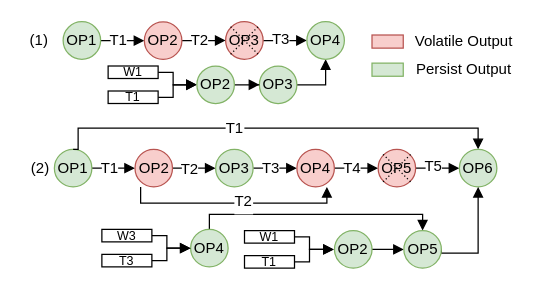
The draw.io diagram fig/recovery.drawio in icszhr/NCheck, before the edit. Source tidied: cells renumbered, new cells numbered last; positions are measured from the earlier drawing's top-left corner, leaving out a move shared by most shapes. Both pictures are drawn from the tidied source at 125%, with x=0, y=0 at pixel (21, 21).
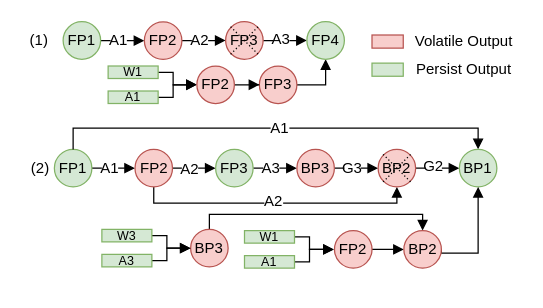
After the change.

The edit, as a diff of the source:
```diff
@@
-    <mxCell id="3" value="OP3" style="ellipse;whiteSpace=wrap;html=1;fillColor=#d5e8d4;strokeColor=#82b366;" parent="1" vertex="1">
+    <mxCell id="3" value="FP3" style="ellipse;whiteSpace=wrap;html=1;fillColor=#f8cecc;strokeColor=#b85450;" parent="1" vertex="1">
       <mxGeometry x="190" y="35.3" width="30" height="30" as="geometry" />
     </mxCell>
@@
-    <mxCell id="5" value="&lt;p style=&quot;line-height: 100%;&quot;&gt;&lt;font style=&quot;font-size: 10px;&quot;&gt;W1&lt;/font&gt;&lt;/p&gt;" style="rounded=0;whiteSpace=wrap;html=1;align=center;" parent="1" vertex="1">
+    <mxCell id="5" value="&lt;p style=&quot;line-height: 100%;&quot;&gt;&lt;font style=&quot;font-size: 10px;&quot;&gt;W1&lt;/font&gt;&lt;/p&gt;" style="rounded=0;whiteSpace=wrap;html=1;align=center;fillColor=#d5e8d4;strokeColor=#82b366;" parent="1" vertex="1">
       <mxGeometry x="69" y="35.3" width="40" height="10" as="geometry" />
     </mxCell>
@@
-    <mxCell id="7" value="&lt;p style=&quot;line-height: 100%;&quot;&gt;&lt;font style=&quot;font-size: 10px;&quot;&gt;T1&lt;/font&gt;&lt;/p&gt;" style="rounded=0;whiteSpace=wrap;html=1;" parent="1" vertex="1">
+    <mxCell id="7" value="&lt;p style=&quot;line-height: 100%;&quot;&gt;&lt;font style=&quot;font-size: 10px;&quot;&gt;A1&lt;/font&gt;&lt;/p&gt;" style="rounded=0;whiteSpace=wrap;html=1;fillColor=#d5e8d4;strokeColor=#82b366;" parent="1" vertex="1">
       <mxGeometry x="69" y="55.3" width="40" height="10" as="geometry" />
     </mxCell>
@@
-    <mxCell id="9" value="OP1" style="ellipse;whiteSpace=wrap;html=1;fillColor=#d5e8d4;strokeColor=#82b366;" parent="1" vertex="1">
+    <mxCell id="9" value="FP1" style="ellipse;whiteSpace=wrap;html=1;fillColor=#d5e8d4;strokeColor=#82b366;" parent="1" vertex="1">
       <mxGeometry x="26" y="102" width="30" height="30" as="geometry" />
     </mxCell>
@@
-    <mxCell id="11" style="edgeStyle=orthogonalEdgeStyle;rounded=0;orthogonalLoop=1;jettySize=auto;html=1;entryX=0.5;entryY=1;entryDx=0;entryDy=0;exitX=0.5;exitY=1;exitDx=0;exitDy=0;endSize=6;endArrow=block;endFill=1;" parent="1" edge="1">
+    <mxCell id="11" style="edgeStyle=orthogonalEdgeStyle;rounded=0;jettySize=auto;html=1;entryX=0.5;entryY=1;entryDx=0;entryDy=0;exitX=0.5;exitY=1;exitDx=0;exitDy=0;endSize=6;endArrow=block;endFill=1;" parent="1" edge="1" source="12" target="29">
       <mxGeometry relative="1" as="geometry">
-        <mxPoint x="95" y="132" as="sourcePoint" />
-        <mxPoint x="244" y="132" as="targetPoint" />
         <Array as="points">
-          <mxPoint x="95" y="145" />
-          <mxPoint x="244" y="145" />
+          <mxPoint x="106" y="145" />
+          <mxPoint x="300" y="145" />
         </Array>
       </mxGeometry>
     </mxCell>
-    <mxCell id="12" value="OP2" style="ellipse;whiteSpace=wrap;html=1;fillColor=#f8cecc;strokeColor=#b85450;" parent="1" vertex="1">
+    <mxCell id="12" value="FP2" style="ellipse;whiteSpace=wrap;html=1;fillColor=#f8cecc;strokeColor=#b85450;" parent="1" vertex="1">
       <mxGeometry x="90.5" y="102" width="30" height="30" as="geometry" />
     </mxCell>
@@
     <mxCell id="14" style="edgeStyle=orthogonalEdgeStyle;rounded=0;jettySize=auto;html=1;entryX=0.5;entryY=0;entryDx=0;entryDy=0;exitX=0.5;exitY=0;exitDx=0;exitDy=0;endArrow=block;endFill=1;" parent="1" edge="1" source="9" target="32">
       <mxGeometry relative="1" as="geometry">
         <Array as="points">
-          <mxPoint x="45" y="85" />
+          <mxPoint x="41" y="85" />
           <mxPoint x="365" y="85" />
         </Array>
       </mxGeometry>
     </mxCell>
-    <mxCell id="15" value="OP3" style="ellipse;whiteSpace=wrap;html=1;fillColor=#d5e8d4;strokeColor=#82b366;" parent="1" vertex="1">
+    <mxCell id="15" value="FP3" style="ellipse;whiteSpace=wrap;html=1;fillColor=#d5e8d4;strokeColor=#82b366;" parent="1" vertex="1">
       <mxGeometry x="155" y="102" width="30" height="30" as="geometry" />
     </mxCell>
@@
-    <mxCell id="17" value="OP4" style="ellipse;whiteSpace=wrap;html=1;fillColor=#f8cecc;strokeColor=#b85450;" parent="1" vertex="1">
+    <mxCell id="17" value="BP3" style="ellipse;whiteSpace=wrap;html=1;fillColor=#f8cecc;strokeColor=#b85450;" parent="1" vertex="1">
       <mxGeometry x="220" y="102" width="30" height="30" as="geometry" />
     </mxCell>
@@
-    <mxCell id="19" value="OP4" style="ellipse;whiteSpace=wrap;html=1;fillColor=#d5e8d4;strokeColor=#82b366;" parent="1" vertex="1">
+    <mxCell id="19" value="BP3" style="ellipse;whiteSpace=wrap;html=1;fillColor=#f8cecc;strokeColor=#b85450;" parent="1" vertex="1">
       <mxGeometry x="135" y="166" width="30" height="30" as="geometry" />
     </mxCell>
@@
-    <mxCell id="21" value="&lt;p style=&quot;line-height: 100%;&quot;&gt;&lt;font style=&quot;font-size: 10px;&quot;&gt;W3&lt;/font&gt;&lt;/p&gt;" style="rounded=0;whiteSpace=wrap;html=1;" parent="1" vertex="1">
+    <mxCell id="21" value="&lt;p style=&quot;line-height: 100%;&quot;&gt;&lt;font style=&quot;font-size: 10px;&quot;&gt;W3&lt;/font&gt;&lt;/p&gt;" style="rounded=0;whiteSpace=wrap;html=1;fillColor=#d5e8d4;strokeColor=#82b366;" parent="1" vertex="1">
       <mxGeometry x="64" y="166" width="40" height="10" as="geometry" />
     </mxCell>
@@
-    <mxCell id="23" value="&lt;p style=&quot;line-height: 100%;&quot;&gt;&lt;font style=&quot;font-size: 10px;&quot;&gt;T3&lt;/font&gt;&lt;/p&gt;" style="rounded=0;whiteSpace=wrap;html=1;" parent="1" vertex="1">
+    <mxCell id="23" value="&lt;p style=&quot;line-height: 100%;&quot;&gt;&lt;font style=&quot;font-size: 10px;&quot;&gt;A3&lt;/font&gt;&lt;/p&gt;" style="rounded=0;whiteSpace=wrap;html=1;fillColor=#d5e8d4;strokeColor=#82b366;" parent="1" vertex="1">
       <mxGeometry x="64" y="186" width="40" height="10" as="geometry" />
     </mxCell>
@@
-    <mxCell id="27" value="OP2" style="ellipse;whiteSpace=wrap;html=1;fillColor=#d5e8d4;strokeColor=#82b366;" parent="1" vertex="1">
+    <mxCell id="27" value="FP2" style="ellipse;whiteSpace=wrap;html=1;fillColor=#f8cecc;strokeColor=#b85450;" parent="1" vertex="1">
       <mxGeometry x="140" y="35.3" width="30" height="30" as="geometry" />
     </mxCell>
@@
-    <mxCell id="29" value="OP5" style="ellipse;whiteSpace=wrap;html=1;fillColor=#f8cecc;strokeColor=#b85450;" parent="1" vertex="1">
+    <mxCell id="29" value="BP2" style="ellipse;whiteSpace=wrap;html=1;fillColor=#f8cecc;strokeColor=#b85450;" parent="1" vertex="1">
       <mxGeometry x="285" y="102" width="30" height="30" as="geometry" />
     </mxCell>
@@
-    <mxCell id="32" value="OP6" style="ellipse;whiteSpace=wrap;html=1;fillColor=#d5e8d4;strokeColor=#82b366;" parent="1" vertex="1">
+    <mxCell id="32" value="BP1" style="ellipse;whiteSpace=wrap;html=1;fillColor=#d5e8d4;strokeColor=#82b366;" parent="1" vertex="1">
       <mxGeometry x="350" y="102" width="30" height="30" as="geometry" />
     </mxCell>
-    <mxCell id="33" value="T2" style="text;html=1;align=center;verticalAlign=middle;whiteSpace=wrap;rounded=0;fillColor=default;" parent="1" vertex="1">
-      <mxGeometry x="170" y="134" width="15" height="20" as="geometry" />
+    <mxCell id="33" value="A2" style="text;html=1;align=center;verticalAlign=middle;whiteSpace=wrap;rounded=0;fillColor=default;" parent="1" vertex="1">
+      <mxGeometry x="194" y="139" width="15" height="10" as="geometry" />
     </mxCell>
-    <mxCell id="34" value="T1" style="text;html=1;align=center;verticalAlign=middle;whiteSpace=wrap;rounded=0;fillColor=default;" parent="1" vertex="1">
-      <mxGeometry x="163" y="75" width="15" height="20" as="geometry" />
+    <mxCell id="34" value="A1" style="text;html=1;align=center;verticalAlign=middle;whiteSpace=wrap;rounded=0;fillColor=default;" parent="1" vertex="1">
+      <mxGeometry x="199" y="75" width="15" height="20" as="geometry" />
     </mxCell>
-    <mxCell id="35" value="T5" style="text;html=1;align=center;verticalAlign=middle;whiteSpace=wrap;rounded=0;fillColor=default;" parent="1" vertex="1">
+    <mxCell id="35" value="G2" style="text;html=1;align=center;verticalAlign=middle;whiteSpace=wrap;rounded=0;fillColor=default;" parent="1" vertex="1">
       <mxGeometry x="323" y="106" width="13" height="20" as="geometry" />
     </mxCell>
@@
-    <mxCell id="37" value="&lt;p style=&quot;line-height: 100%;&quot;&gt;&lt;font style=&quot;font-size: 10px;&quot;&gt;W1&lt;/font&gt;&lt;/p&gt;" style="rounded=0;whiteSpace=wrap;html=1;" parent="1" vertex="1">
+    <mxCell id="37" value="&lt;p style=&quot;line-height: 100%;&quot;&gt;&lt;font style=&quot;font-size: 10px;&quot;&gt;W1&lt;/font&gt;&lt;/p&gt;" style="rounded=0;whiteSpace=wrap;html=1;fillColor=#d5e8d4;strokeColor=#82b366;" parent="1" vertex="1">
       <mxGeometry x="178.1" y="167" width="40" height="10" as="geometry" />
     </mxCell>
@@
-    <mxCell id="39" value="&lt;p style=&quot;line-height: 100%;&quot;&gt;&lt;font style=&quot;font-size: 10px;&quot;&gt;T1&lt;/font&gt;&lt;/p&gt;" style="rounded=0;whiteSpace=wrap;html=1;" parent="1" vertex="1">
+    <mxCell id="39" value="&lt;p style=&quot;line-height: 100%;&quot;&gt;&lt;font style=&quot;font-size: 10px;&quot;&gt;A1&lt;/font&gt;&lt;/p&gt;" style="rounded=0;whiteSpace=wrap;html=1;fillColor=#d5e8d4;strokeColor=#82b366;" parent="1" vertex="1">
       <mxGeometry x="178.1" y="187" width="40" height="10" as="geometry" />
     </mxCell>
@@
-    <mxCell id="41" value="OP2" style="ellipse;whiteSpace=wrap;html=1;fillColor=#d5e8d4;strokeColor=#82b366;" parent="1" vertex="1">
+    <mxCell id="41" value="FP2" style="ellipse;whiteSpace=wrap;html=1;fillColor=#f8cecc;strokeColor=#b85450;" parent="1" vertex="1">
       <mxGeometry x="250.1" y="167" width="30" height="30" as="geometry" />
     </mxCell>
@@
-    <mxCell id="43" value="OP5" style="ellipse;whiteSpace=wrap;html=1;fillColor=#d5e8d4;strokeColor=#82b366;" parent="1" vertex="1">
+    <mxCell id="43" value="BP2" style="ellipse;whiteSpace=wrap;html=1;fillColor=#f8cecc;strokeColor=#b85450;" parent="1" vertex="1">
       <mxGeometry x="305.6" y="167" width="30" height="30" as="geometry" />
     </mxCell>
@@
-    <mxCell id="48" value="T4" style="text;html=1;align=center;verticalAlign=middle;whiteSpace=wrap;rounded=0;fillColor=default;" parent="1" vertex="1">
+    <mxCell id="48" value="G3" style="text;html=1;align=center;verticalAlign=middle;whiteSpace=wrap;rounded=0;fillColor=default;" parent="1" vertex="1">
       <mxGeometry x="258" y="107" width="13" height="20" as="geometry" />
     </mxCell>
-    <mxCell id="49" value="T3" style="text;html=1;align=center;verticalAlign=middle;whiteSpace=wrap;rounded=0;fillColor=default;" parent="1" vertex="1">
+    <mxCell id="49" value="A3" style="text;html=1;align=center;verticalAlign=middle;whiteSpace=wrap;rounded=0;fillColor=default;" parent="1" vertex="1">
       <mxGeometry x="193" y="107" width="13" height="20" as="geometry" />
     </mxCell>
-    <mxCell id="50" value="T2" style="text;html=1;align=center;verticalAlign=middle;whiteSpace=wrap;rounded=0;fillColor=default;" parent="1" vertex="1">
+    <mxCell id="50" value="A2" style="text;html=1;align=center;verticalAlign=middle;whiteSpace=wrap;rounded=0;fillColor=default;" parent="1" vertex="1">
       <mxGeometry x="128" y="108" width="13" height="20" as="geometry" />
     </mxCell>
-    <mxCell id="51" value="T1" style="text;html=1;align=center;verticalAlign=middle;whiteSpace=wrap;rounded=0;fillColor=default;" parent="1" vertex="1">
+    <mxCell id="51" value="A1" style="text;html=1;align=center;verticalAlign=middle;whiteSpace=wrap;rounded=0;fillColor=default;" parent="1" vertex="1">
       <mxGeometry x="64" y="107" width="13" height="20" as="geometry" />
     </mxCell>
@@
-    <mxCell id="53" value="OP1" style="ellipse;whiteSpace=wrap;html=1;fillColor=#d5e8d4;strokeColor=#82b366;" parent="1" vertex="1">
+    <mxCell id="53" value="FP1" style="ellipse;whiteSpace=wrap;html=1;fillColor=#d5e8d4;strokeColor=#82b366;" parent="1" vertex="1">
       <mxGeometry x="33" y="-0.1" width="30" height="30" as="geometry" />
     </mxCell>
@@
-    <mxCell id="55" value="OP2" style="ellipse;whiteSpace=wrap;html=1;fillColor=#f8cecc;strokeColor=#b85450;" parent="1" vertex="1">
+    <mxCell id="55" value="FP2" style="ellipse;whiteSpace=wrap;html=1;fillColor=#f8cecc;strokeColor=#b85450;" parent="1" vertex="1">
       <mxGeometry x="98" width="30" height="30" as="geometry" />
     </mxCell>
@@
-    <mxCell id="57" value="OP3" style="ellipse;whiteSpace=wrap;html=1;fillColor=#f8cecc;strokeColor=#b85450;" parent="1" vertex="1">
+    <mxCell id="57" value="FP3" style="ellipse;whiteSpace=wrap;html=1;fillColor=#f8cecc;strokeColor=#b85450;" parent="1" vertex="1">
       <mxGeometry x="163" y="-0.1" width="30" height="30" as="geometry" />
     </mxCell>
@@
-    <mxCell id="60" value="OP4" style="ellipse;whiteSpace=wrap;html=1;fillColor=#d5e8d4;strokeColor=#82b366;" parent="1" vertex="1">
+    <mxCell id="60" value="FP4" style="ellipse;whiteSpace=wrap;html=1;fillColor=#d5e8d4;strokeColor=#82b366;" parent="1" vertex="1">
       <mxGeometry x="228" y="-0.1" width="30" height="30" as="geometry" />
     </mxCell>
-    <mxCell id="61" value="T3" style="text;html=1;align=center;verticalAlign=middle;whiteSpace=wrap;rounded=0;fillColor=default;" parent="1" vertex="1">
+    <mxCell id="61" value="A3" style="text;html=1;align=center;verticalAlign=middle;whiteSpace=wrap;rounded=0;fillColor=default;" parent="1" vertex="1">
       <mxGeometry x="201" y="3.9" width="13" height="20" as="geometry" />
     </mxCell>
-    <mxCell id="62" value="T2" style="text;html=1;align=center;verticalAlign=middle;whiteSpace=wrap;rounded=0;fillColor=default;" parent="1" vertex="1">
+    <mxCell id="62" value="A2" style="text;html=1;align=center;verticalAlign=middle;whiteSpace=wrap;rounded=0;fillColor=default;" parent="1" vertex="1">
       <mxGeometry x="136" y="4.9" width="13" height="20" as="geometry" />
     </mxCell>
-    <mxCell id="63" value="T1" style="text;html=1;align=center;verticalAlign=middle;whiteSpace=wrap;rounded=0;fillColor=default;" parent="1" vertex="1">
+    <mxCell id="63" value="A1" style="text;html=1;align=center;verticalAlign=middle;whiteSpace=wrap;rounded=0;fillColor=default;" parent="1" vertex="1">
       <mxGeometry x="71" y="5" width="13" height="20" as="geometry" />
     </mxCell>
```
